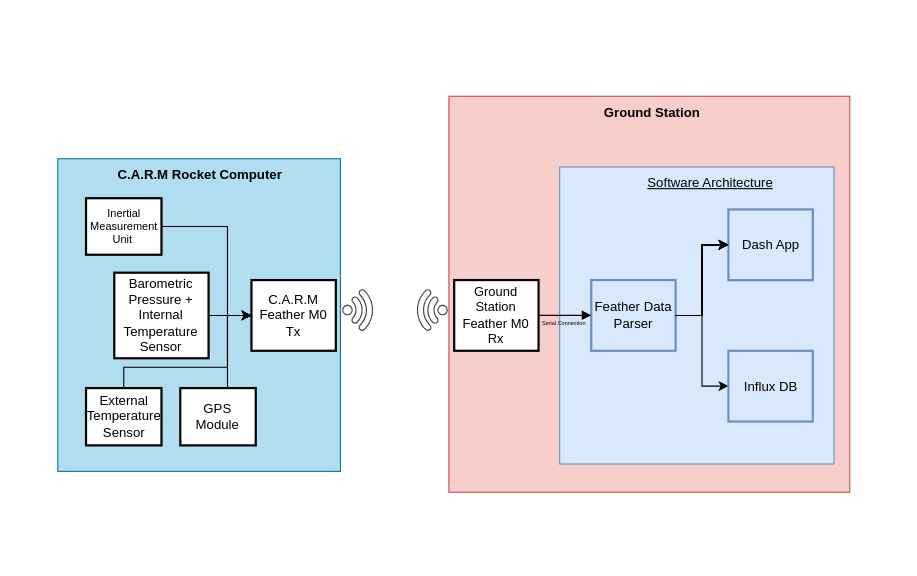
This is docs/diagrams/CARM_flowchart.drawio from bimmui/CARM-electronics, a draw.io file, before an edit. Source tidied: cells renumbered, new cells numbered last; positions are measured from the earlier drawing's top-left corner, leaving out a move shared by most shapes. Both pictures are drawn from the tidied source at 110%, with x=0, y=0 at pixel (19, 19).
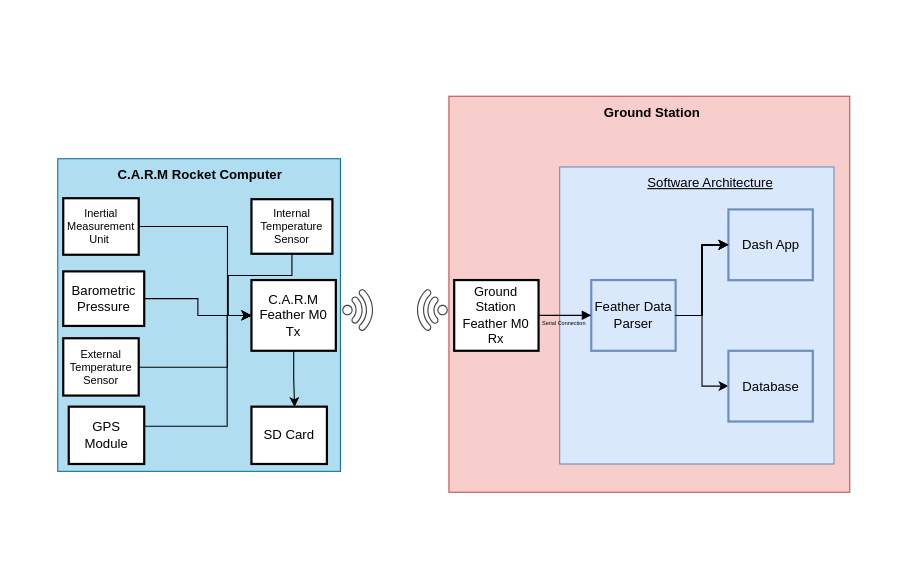
The same page after the edit.

Commit message (it also covers changes not shown here):
updated state diagram and general avionics architecture

Unchanged cells that the change refers to:
```xml
<mxCell id="6" value="C.A.R.M Feather M0 Tx" style="whiteSpace=wrap;strokeWidth=2;" parent="1" vertex="1">
  <mxGeometry x="211.1" y="237.1" width="76.7" height="64.3" as="geometry" />
</mxCell>
```

The edit, as a diff of the source:
```diff
@@
-    <mxCell id="19" value="Influx DB" style="whiteSpace=wrap;strokeWidth=2;fillColor=#dae8fc;strokeColor=#6c8ebf;" parent="1" vertex="1">
+    <mxCell id="19" value="Database" style="whiteSpace=wrap;strokeWidth=2;fillColor=#dae8fc;strokeColor=#6c8ebf;" parent="1" vertex="1">
       <mxGeometry x="644.7" y="301.4" width="76.7" height="64.3" as="geometry" />
     </mxCell>
@@
-    <mxCell id="23" value="External Temperature Sensor" style="whiteSpace=wrap;strokeWidth=2;" parent="1" vertex="1">
-      <mxGeometry x="60.7" y="335.3" width="68.6" height="52.1" as="geometry" />
+    <mxCell id="23" value="External Temperature Sensor" style="whiteSpace=wrap;strokeWidth=2;fontSize=10;" parent="1" vertex="1">
+      <mxGeometry x="40" y="290" width="68.6" height="52.1" as="geometry" />
     </mxCell>
@@
     <mxCell id="25" value="Inertial Measurement Unit " style="whiteSpace=wrap;strokeWidth=2;fontSize=10;" parent="1" vertex="1">
-      <mxGeometry x="60.7" y="162.7" width="68.6" height="51.4" as="geometry" />
+      <mxGeometry x="40" y="162.7" width="68.6" height="51.4" as="geometry" />
     </mxCell>
@@
-    <mxCell id="28" value="Barometric Pressure + Internal Temperature Sensor" style="whiteSpace=wrap;strokeWidth=2;" parent="1" vertex="1">
-      <mxGeometry x="86.4" y="230.4" width="85.7" height="77.8" as="geometry" />
+    <mxCell id="28" value="Barometric Pressure" style="whiteSpace=wrap;strokeWidth=2;" parent="1" vertex="1">
+      <mxGeometry x="40" y="229.2" width="73.6" height="49.6" as="geometry" />
     </mxCell>
     <mxCell id="29" style="edgeStyle=orthogonalEdgeStyle;rounded=0;jettySize=auto;html=1;exitX=0.5;exitY=0;exitDx=0;exitDy=0;entryX=0;entryY=0.5;entryDx=0;entryDy=0;" parent="1" edge="1" source="30" target="6">
       <mxGeometry relative="1" as="geometry">
         <Array as="points">
-          <mxPoint x="189.3" y="335.3" />
-          <mxPoint x="189.3" y="268.9" />
+          <mxPoint x="79" y="370" />
+          <mxPoint x="189" y="370" />
+          <mxPoint x="189" y="269" />
         </Array>
       </mxGeometry>
     </mxCell>
     <mxCell id="30" value="GPS Module" style="whiteSpace=wrap;strokeWidth=2;" parent="1" vertex="1">
-      <mxGeometry x="146.4" y="335.3" width="68.6" height="52.1" as="geometry" />
+      <mxGeometry x="45" y="352.2" width="68.6" height="52.1" as="geometry" />
     </mxCell>
@@
+    <mxCell id="32" style="edgeStyle=orthogonalEdgeStyle;rounded=0;jettySize=auto;html=1;entryX=0;entryY=0.5;entryDx=0;entryDy=0;" parent="1" edge="1" source="33" target="6">
+      <mxGeometry relative="1" as="geometry">
+        <Array as="points">
+          <mxPoint x="248" y="233" />
+          <mxPoint x="190" y="233" />
+          <mxPoint x="190" y="269" />
+        </Array>
+      </mxGeometry>
+    </mxCell>
+    <mxCell id="33" value="Internal Temperature Sensor" style="whiteSpace=wrap;strokeWidth=2;fontSize=10;" parent="1" vertex="1">
+      <mxGeometry x="211.1" y="163.6" width="73.6" height="49.6" as="geometry" />
+    </mxCell>
+    <mxCell id="34" value="SD Card" style="whiteSpace=wrap;strokeWidth=2;" parent="1" vertex="1">
+      <mxGeometry x="211.1" y="352.2" width="68.6" height="52.1" as="geometry" />
+    </mxCell>
+    <mxCell id="35" style="edgeStyle=orthogonalEdgeStyle;rounded=0;jettySize=auto;html=1;entryX=0.572;entryY=0.007;entryDx=0;entryDy=0;entryPerimeter=0;" parent="1" edge="1" source="6" target="34">
+      <mxGeometry relative="1" as="geometry" />
+    </mxCell>
```
